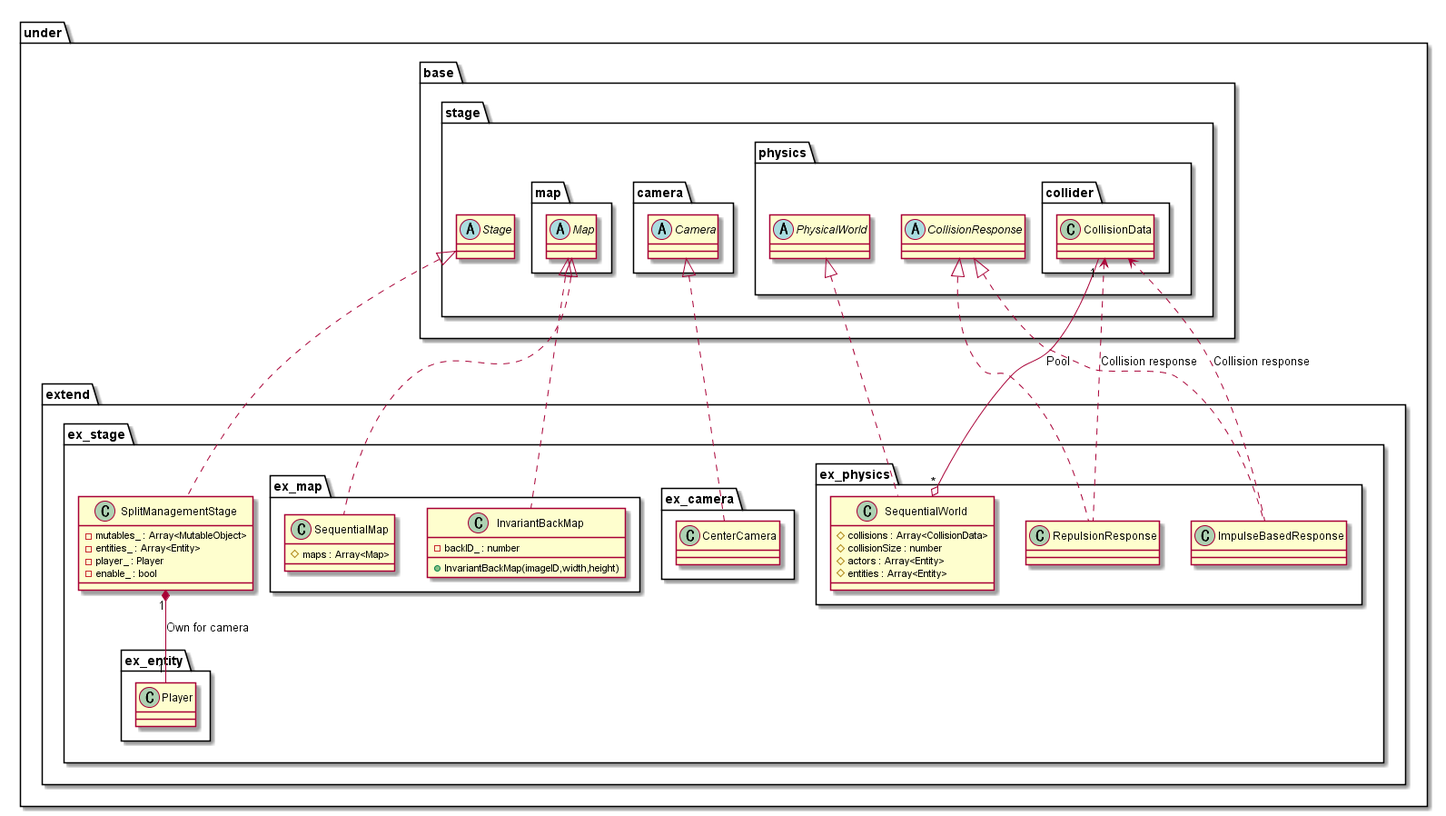
Earlier version of the PlantUML export out/uml/stage/Extend/StageExtend.png (Expine/Under).
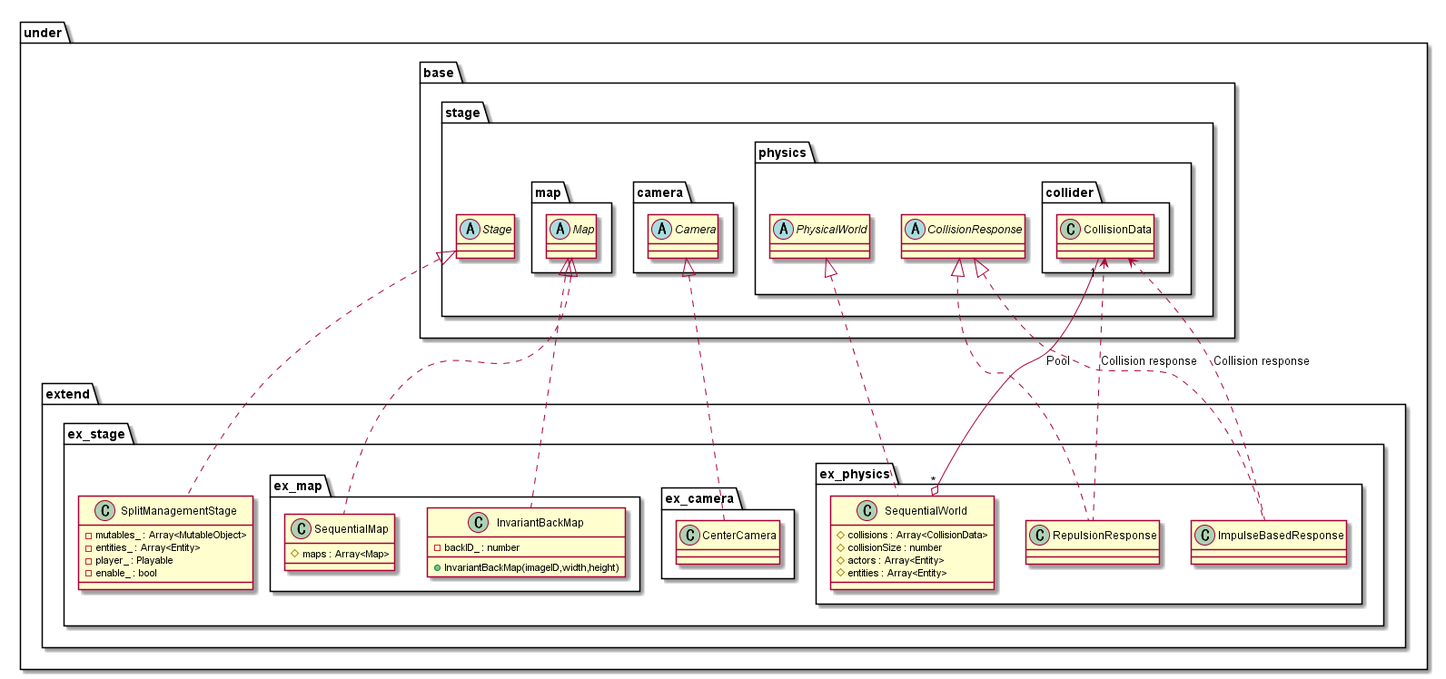
After the change.

What changed in the source:
```diff
@@ -5,7 +5,7 @@
             class SplitManagementStage {
                 -mutables_ : Array<MutableObject>
                 -entities_ : Array<Entity>
-                -player_ : Player
+                -player_ : Playable
                 -enable_ : bool
             }
             package ex_map {
@@ -54,18 +54,7 @@
             }
         }
     }
-
-    package extend {
-        package ex_stage {
-            package ex_entity {
-                class Player
-            }
-        }
-    }
 }
-
-
-SplitManagementStage "1"*--"1" Player : Own for camera
 
 CollisionData <.. ImpulseBasedResponse : Collision response
 CollisionData <.. RepulsionResponse : Collision response
```
